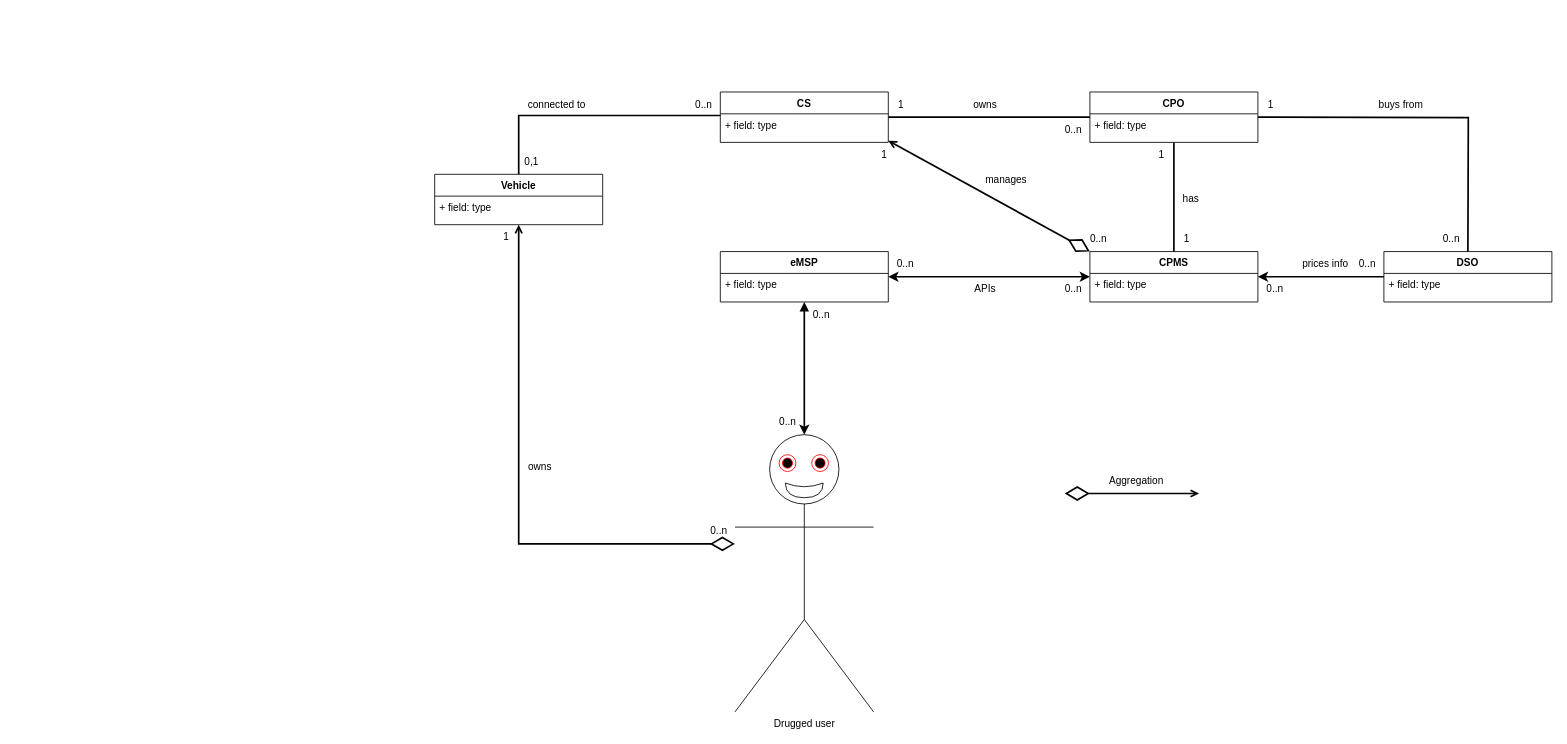
Above: RASD/UML.drawio in EMJzero/SoftwareEngineeringII-project (draw.io), before the change. Source tidied: cells renumbered, new cells numbered last; positions are measured from the earlier drawing's top-left corner, leaving out a move shared by most shapes. Both pictures are drawn from the tidied source at 84%, with x=0, y=0 at pixel (434, 92).
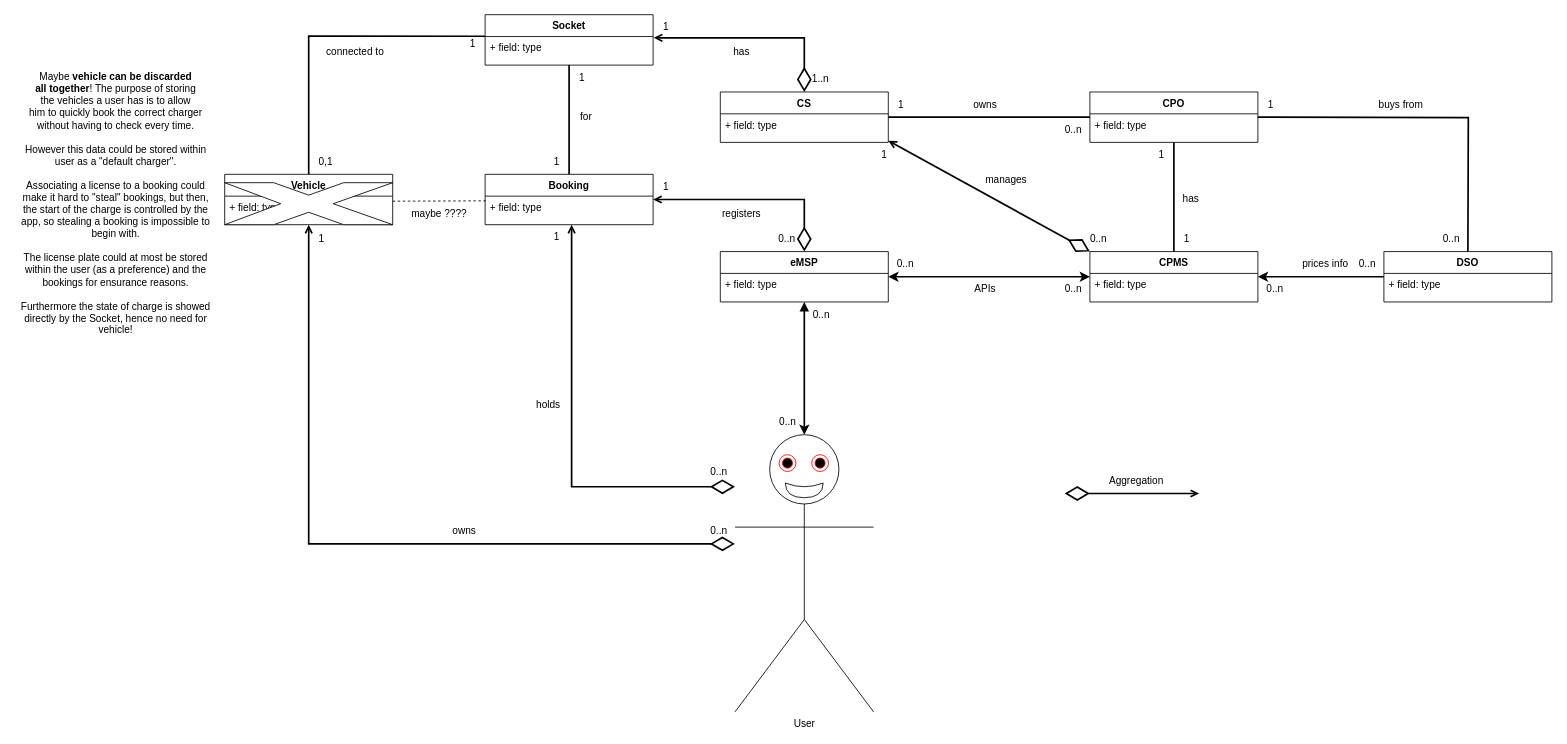
After the change.

Unchanged cells that the change refers to:
```xml
<mxCell id="41" value="+ field: type" style="text;strokeColor=none;fillColor=none;align=left;verticalAlign=top;spacingLeft=4;spacingRight=4;overflow=hidden;points=[[0,0.5],[1,0.5]];portConstraint=eastwest;" parent="40" vertex="1">
  <mxGeometry y="26" width="200" height="34" as="geometry" />
</mxCell>
<mxCell id="42" value="CS" style="swimlane;fontStyle=1;horizontal=1;startSize=26;fillColor=none;" parent="1" vertex="1">
  <mxGeometry x="340" width="200" height="60" as="geometry" />
</mxCell>
<mxCell id="50" value="eMSP" style="swimlane;fontStyle=1;horizontal=1;startSize=26;fillColor=none;" parent="1" vertex="1">
  <mxGeometry x="340" y="190" width="200" height="60" as="geometry" />
</mxCell>
```

What changed in the source:
```diff
@@
-    <mxCell id="18" value="Drugged user" style="shape=umlActor;verticalLabelPosition=bottom;verticalAlign=top;html=1;outlineConnect=0;" parent="1" vertex="1">
+    <mxCell id="18" value="User" style="shape=umlActor;verticalLabelPosition=bottom;verticalAlign=top;html=1;outlineConnect=0;" parent="1" vertex="1">
       <mxGeometry x="357.5" y="408" width="165" height="330" as="geometry" />
     </mxCell>
@@
-    <mxCell id="32" style="edgeStyle=orthogonalEdgeStyle;rounded=0;jettySize=auto;html=1;strokeWidth=2;endArrow=diamondThin;endFill=0;startSize=6;endSize=24;sourcePerimeterSpacing=0;targetPerimeterSpacing=0;startArrow=open;startFill=0;" parent="1" edge="1" source="41" target="18">
+    <mxCell id="32" style="edgeStyle=orthogonalEdgeStyle;rounded=0;jettySize=auto;html=1;strokeWidth=2;endArrow=diamondThin;endFill=0;startSize=6;endSize=24;sourcePerimeterSpacing=0;targetPerimeterSpacing=0;startArrow=open;startFill=0;exitX=0.5;exitY=1;exitDx=0;exitDy=0;" parent="1" edge="1" source="40" target="18">
       <mxGeometry relative="1" as="geometry">
         <Array as="points">
-          <mxPoint x="100" y="538" />
+          <mxPoint x="-150" y="538" />
         </Array>
       </mxGeometry>
     </mxCell>
@@
     <mxCell id="36" value="1" style="text;html=1;align=center;verticalAlign=middle;strokeColor=none;fillColor=none;" parent="1" vertex="1">
-      <mxGeometry x="70" y="158" width="30" height="30" as="geometry" />
+      <mxGeometry x="-150" y="160" width="30" height="30" as="geometry" />
     </mxCell>
@@
     <mxCell id="38" value="owns" style="text;html=1;align=center;verticalAlign=middle;strokeColor=none;fillColor=none;" parent="1" vertex="1">
-      <mxGeometry x="100" y="431.8" width="50" height="30" as="geometry" />
+      <mxGeometry x="10" y="508" width="50" height="30" as="geometry" />
     </mxCell>
-    <mxCell id="39" style="edgeStyle=orthogonalEdgeStyle;rounded=0;jettySize=auto;html=1;strokeWidth=2;startArrow=none;startFill=0;endArrow=none;endFill=0;startSize=6;endSize=24;sourcePerimeterSpacing=0;targetPerimeterSpacing=0;" parent="1" edge="1" source="40" target="42">
+    <mxCell id="39" style="edgeStyle=orthogonalEdgeStyle;rounded=0;jettySize=auto;html=1;strokeWidth=2;startArrow=none;startFill=0;endArrow=none;endFill=0;startSize=6;endSize=24;sourcePerimeterSpacing=0;targetPerimeterSpacing=0;entryX=-0.001;entryY=-0.011;entryDx=0;entryDy=0;entryPerimeter=0;" parent="1" edge="1" source="40" target="59">
       <mxGeometry relative="1" as="geometry">
         <Array as="points">
-          <mxPoint x="100" y="28" />
+          <mxPoint x="-150" y="-66" />
         </Array>
       </mxGeometry>
     </mxCell>
     <mxCell id="40" value="Vehicle" style="swimlane;fontStyle=1;horizontal=1;startSize=26;fillColor=none;" parent="1" vertex="1">
-      <mxGeometry y="98" width="200" height="60" as="geometry" />
+      <mxGeometry x="-250" y="98" width="200" height="60" as="geometry" />
     </mxCell>
@@
     <mxCell id="52" value="0,1" style="text;html=1;align=center;verticalAlign=middle;strokeColor=none;fillColor=none;" parent="1" vertex="1">
-      <mxGeometry x="95" y="68" width="40" height="30" as="geometry" />
+      <mxGeometry x="-150" y="68" width="40" height="30" as="geometry" />
     </mxCell>
-    <mxCell id="53" value="0..n" style="text;html=1;align=center;verticalAlign=middle;strokeColor=none;fillColor=none;" parent="1" vertex="1">
-      <mxGeometry x="300" width="40" height="30" as="geometry" />
-    </mxCell>
     <mxCell id="54" value="connected to" style="text;html=1;align=center;verticalAlign=middle;strokeColor=none;fillColor=none;" parent="1" vertex="1">
-      <mxGeometry x="100" width="90" height="30" as="geometry" />
+      <mxGeometry x="-140" y="-62" width="90" height="30" as="geometry" />
     </mxCell>
+    <mxCell id="55" style="edgeStyle=none;rounded=0;jettySize=auto;html=1;endArrow=none;endFill=0;strokeWidth=2;" parent="1" edge="1" source="56" target="59">
+      <mxGeometry relative="1" as="geometry" />
+    </mxCell>
+    <mxCell id="56" value="Booking" style="swimlane;fontStyle=1;horizontal=1;startSize=26;fillColor=none;" parent="1" vertex="1">
+      <mxGeometry x="60" y="98" width="200" height="60" as="geometry" />
+    </mxCell>
+    <mxCell id="57" value="+ field: type" style="text;strokeColor=none;fillColor=none;align=left;verticalAlign=top;spacingLeft=4;spacingRight=4;overflow=hidden;points=[[0,0.5],[1,0.5]];portConstraint=eastwest;" parent="56" vertex="1">
+      <mxGeometry y="26" width="200" height="34" as="geometry" />
+    </mxCell>
+    <mxCell id="58" value="Socket" style="swimlane;fontStyle=1;horizontal=1;startSize=26;fillColor=none;" parent="1" vertex="1">
+      <mxGeometry x="60" y="-92" width="200" height="60" as="geometry" />
+    </mxCell>
+    <mxCell id="59" value="+ field: type" style="text;strokeColor=none;fillColor=none;align=left;verticalAlign=top;spacingLeft=4;spacingRight=4;overflow=hidden;points=[[0,0.5],[1,0.5]];portConstraint=eastwest;" parent="58" vertex="1">
+      <mxGeometry y="26" width="200" height="34" as="geometry" />
+    </mxCell>
+    <mxCell id="60" style="edgeStyle=orthogonalEdgeStyle;rounded=0;jettySize=auto;html=1;strokeWidth=2;endArrow=diamondThin;endFill=0;startSize=6;endSize=24;sourcePerimeterSpacing=0;targetPerimeterSpacing=0;startArrow=open;startFill=0;" parent="1" edge="1" source="57">
+      <mxGeometry relative="1" as="geometry">
+        <mxPoint x="357.5" y="470" as="targetPoint" />
+        <Array as="points">
+          <mxPoint x="163" y="470" />
+        </Array>
+      </mxGeometry>
+    </mxCell>
+    <mxCell id="61" value="1" style="text;html=1;align=center;verticalAlign=middle;strokeColor=none;fillColor=none;" parent="1" vertex="1">
+      <mxGeometry x="130" y="158" width="30" height="30" as="geometry" />
+    </mxCell>
+    <mxCell id="62" value="0..n" style="text;html=1;align=center;verticalAlign=middle;strokeColor=none;fillColor=none;" parent="1" vertex="1">
+      <mxGeometry x="317.5" y="438" width="40" height="30" as="geometry" />
+    </mxCell>
+    <mxCell id="63" value="holds" style="text;html=1;align=center;verticalAlign=middle;strokeColor=none;fillColor=none;" parent="1" vertex="1">
+      <mxGeometry x="110" y="358" width="50" height="30" as="geometry" />
+    </mxCell>
+    <mxCell id="64" style="endArrow=open;html=1;endSize=6;startArrow=diamondThin;startSize=24;startFill=0;edgeStyle=orthogonalEdgeStyle;align=left;verticalAlign=bottom;rounded=0;strokeWidth=2;sourcePerimeterSpacing=0;targetPerimeterSpacing=0;exitX=0.5;exitY=0;exitDx=0;exitDy=0;entryX=1.004;entryY=0.046;entryDx=0;entryDy=0;entryPerimeter=0;" parent="1" edge="1" source="42" target="59">
+      <mxGeometry x="-1" y="3" relative="1" as="geometry" />
+    </mxCell>
+    <mxCell id="65" value="1..n" style="text;html=1;align=center;verticalAlign=middle;strokeColor=none;fillColor=none;" parent="1" vertex="1">
+      <mxGeometry x="438.8" y="-30" width="40" height="30" as="geometry" />
+    </mxCell>
+    <mxCell id="66" value="1" style="text;html=1;align=center;verticalAlign=middle;strokeColor=none;fillColor=none;" parent="1" vertex="1">
+      <mxGeometry x="260" y="-92" width="30" height="30" as="geometry" />
+    </mxCell>
+    <mxCell id="67" value="has" style="text;html=1;align=center;verticalAlign=middle;strokeColor=none;fillColor=none;" parent="1" vertex="1">
+      <mxGeometry x="345" y="-62" width="40" height="30" as="geometry" />
+    </mxCell>
+    <mxCell id="68" value="1" style="text;html=1;align=center;verticalAlign=middle;strokeColor=none;fillColor=none;" parent="1" vertex="1">
+      <mxGeometry x="30" y="-72" width="30" height="30" as="geometry" />
+    </mxCell>
+    <mxCell id="69" style="endArrow=none;dashed=1;html=1;rounded=0;entryX=0.005;entryY=0.164;entryDx=0;entryDy=0;entryPerimeter=0;" parent="1" edge="1" target="57">
+      <mxGeometry relative="1" as="geometry">
+        <mxPoint x="-50" y="130" as="sourcePoint" />
+      </mxGeometry>
+    </mxCell>
+    <mxCell id="70" value="maybe ????" style="text;html=1;align=center;verticalAlign=middle;strokeColor=none;fillColor=none;" parent="1" vertex="1">
+      <mxGeometry x="-40" y="130" width="90" height="30" as="geometry" />
+    </mxCell>
+    <mxCell id="71" value="1" style="text;html=1;align=center;verticalAlign=middle;strokeColor=none;fillColor=none;" parent="1" vertex="1">
+      <mxGeometry x="130" y="68" width="30" height="30" as="geometry" />
+    </mxCell>
+    <mxCell id="72" value="1" style="text;html=1;align=center;verticalAlign=middle;strokeColor=none;fillColor=none;" parent="1" vertex="1">
+      <mxGeometry x="160" y="-32" width="30" height="30" as="geometry" />
+    </mxCell>
+    <mxCell id="73" value="for" style="text;html=1;align=center;verticalAlign=middle;strokeColor=none;fillColor=none;" parent="1" vertex="1">
+      <mxGeometry x="160" y="15" width="40" height="30" as="geometry" />
+    </mxCell>
+    <mxCell id="74" style="edgeStyle=orthogonalEdgeStyle;rounded=0;jettySize=auto;html=1;strokeWidth=2;endArrow=diamondThin;endFill=0;startSize=6;endSize=24;sourcePerimeterSpacing=0;targetPerimeterSpacing=0;startArrow=open;startFill=0;entryX=0.5;entryY=0;entryDx=0;entryDy=0;exitX=1;exitY=0.5;exitDx=0;exitDy=0;" parent="1" edge="1" source="56" target="50">
+      <mxGeometry relative="1" as="geometry">
+        <Array as="points">
+          <mxPoint x="440" y="128" />
+        </Array>
+      </mxGeometry>
+    </mxCell>
+    <mxCell id="75" value="0..n" style="text;html=1;align=center;verticalAlign=middle;strokeColor=none;fillColor=none;" parent="1" vertex="1">
+      <mxGeometry x="398.8" y="160" width="40" height="30" as="geometry" />
+    </mxCell>
+    <mxCell id="76" value="1" style="text;html=1;align=center;verticalAlign=middle;strokeColor=none;fillColor=none;" parent="1" vertex="1">
+      <mxGeometry x="260" y="98" width="30" height="30" as="geometry" />
+    </mxCell>
+    <mxCell id="77" value="registers" style="text;html=1;align=center;verticalAlign=middle;strokeColor=none;fillColor=none;" parent="1" vertex="1">
+      <mxGeometry x="330" y="130" width="70" height="30" as="geometry" />
+    </mxCell>
+    <mxCell id="78" value="&lt;div&gt;Maybe&lt;b&gt; vehicle can be discarded&lt;/b&gt;&lt;/div&gt;&lt;div&gt;&lt;b&gt;all together&lt;/b&gt;! The purpose of storing&lt;/div&gt;&lt;div&gt;the vehicles a user has is to allow&lt;/div&gt;&lt;div&gt;him to quickly book the correct charger&lt;/div&gt;&lt;div&gt;without having to check every time.&lt;/div&gt;&lt;div&gt;&lt;br&gt;&lt;/div&gt;&lt;div&gt;However this data could be stored within&lt;/div&gt;&lt;div&gt;user as a &quot;default charger&quot;.&lt;/div&gt;&lt;div&gt;&lt;br&gt;&lt;/div&gt;&lt;div&gt;Associating a license to a booking could&lt;/div&gt;&lt;div&gt;make it hard to &quot;steal&quot; bookings, but then,&lt;/div&gt;&lt;div&gt;the start of the charge is controlled by the&lt;/div&gt;&lt;div&gt;app, so stealing a booking is impossible to&lt;/div&gt;&lt;div&gt;begin with.&lt;/div&gt;&lt;div&gt;&lt;br&gt;&lt;/div&gt;&lt;div&gt;The license plate could at most be stored&lt;/div&gt;&lt;div&gt;within the user (as a preference) and the&lt;/div&gt;&lt;div&gt;bookings for ensurance reasons.&lt;br&gt;&lt;/div&gt;&lt;div&gt;&lt;br&gt;&lt;/div&gt;&lt;div&gt;Furthermore the state of charge is showed&lt;/div&gt;&lt;div&gt;directly by the Socket, hence no need for&lt;/div&gt;&lt;div&gt;vehicle!&lt;br&gt;&lt;/div&gt;" style="text;html=1;align=center;verticalAlign=middle;strokeColor=none;fillColor=none;" parent="1" vertex="1">
+      <mxGeometry x="-500" y="-32" width="240" height="330" as="geometry" />
+    </mxCell>
+    <mxCell id="79" style="verticalLabelPosition=bottom;verticalAlign=top;html=1;shape=mxgraph.basic.x;sketch=0;" parent="1" vertex="1">
+      <mxGeometry x="-250" y="108" width="200" height="50" as="geometry" />
+    </mxCell>
```
